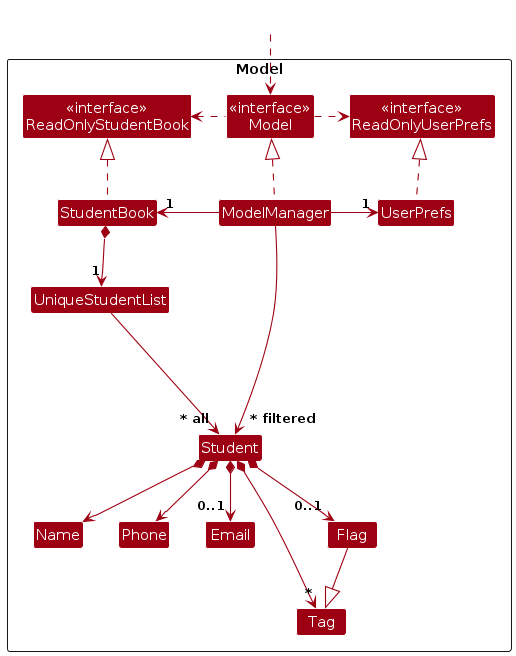
Earlier version of the PlantUML export diagrams/ModelClassDiagram.png (CJBuzz/tp). Its source is kept beside it as diagrams/ModelClassDiagram.puml.
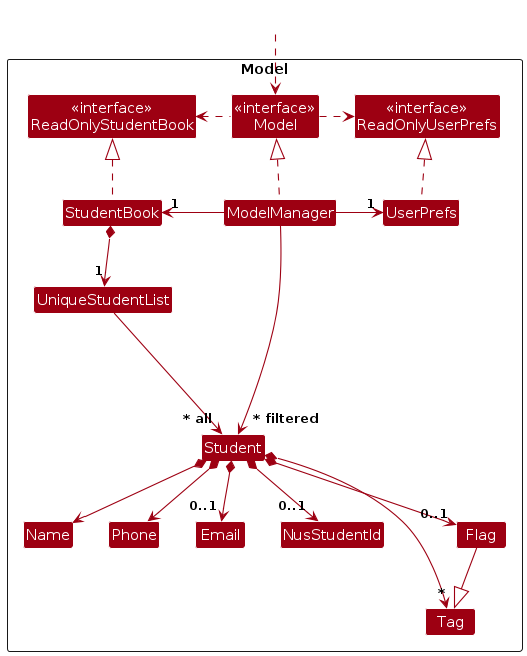
After the change.

The edit, as a diff of the source:
```diff
@@ -16,6 +16,7 @@
 Class Student
 Class Email
 Class Name
+Class NusStudentId
 Class Phone
 Class Tag
 Class Flag
@@ -40,6 +41,7 @@
 Student *--> Name
 Student *--> Phone
 Student *--> "0..1" Email
+Student *--> "0..1" NusStudentId
 Student *--> "*" Tag
 Student *--> "0..1" Flag
 Flag --|> Tag
@@ -49,6 +51,7 @@
 
 Name -[hidden]right-> Phone
 Phone -[hidden]right-> Email
+Email -[hidden]right-> NusStudentId
 
 ModelManager --> "~* filtered" Student
 @enduml
```
